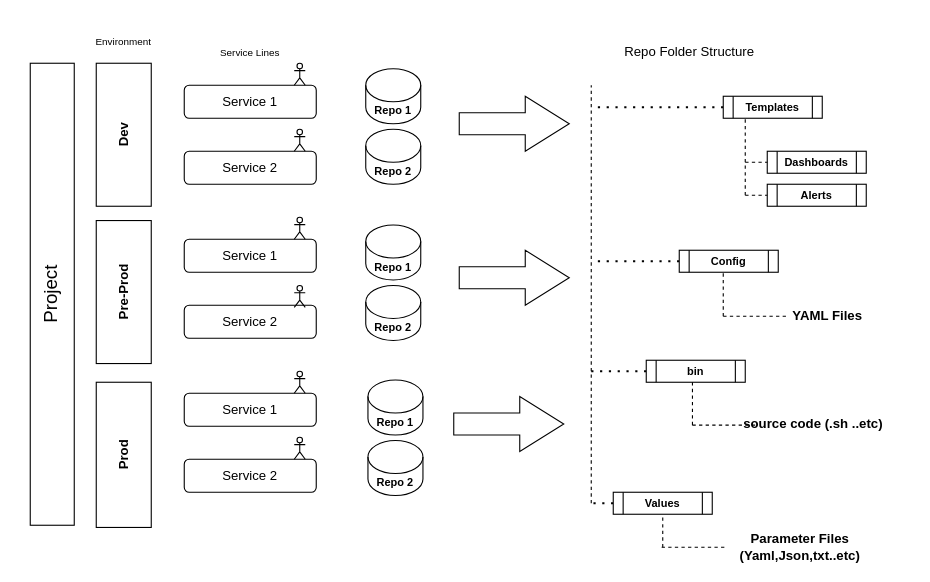
Earlier version of the draw.io diagram Repo_Design.drawio (Bhoopesh123/kubernetes). Source tidied: cells renumbered, new cells numbered last; positions are measured from the earlier drawing's top-left corner, leaving out a move shared by most shapes. Both pictures are drawn from the tidied source at 110%, with x=0, y=0 at pixel (30, 30).
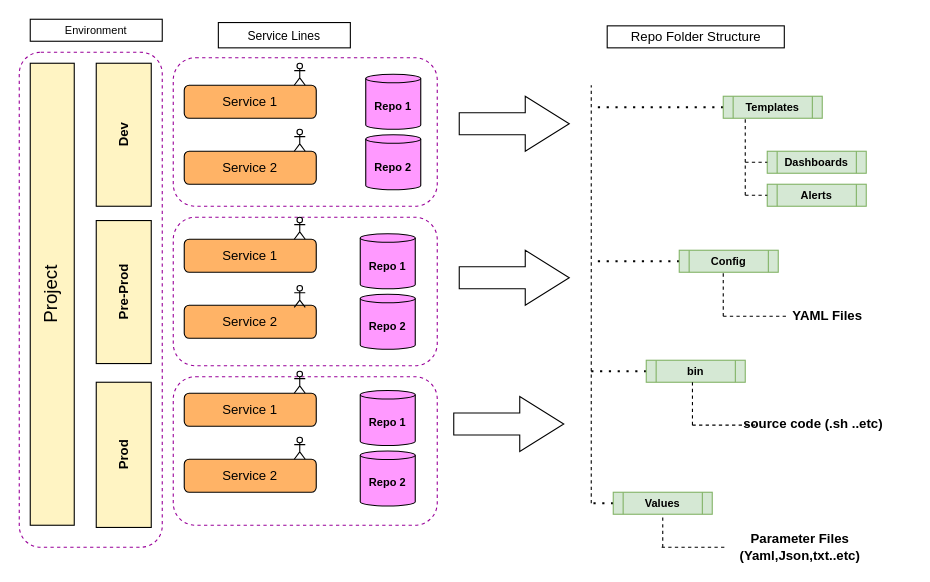
After the change.

Change to the diagram source:
```diff
@@
+    <mxCell id="53" style="rounded=1;whiteSpace=wrap;html=1;dashed=1;fontSize=12;strokeColor=#990099;" parent="1" vertex="1">
+      <mxGeometry x="130" y="315" width="240" height="135" as="geometry" />
+    </mxCell>
+    <mxCell id="54" style="rounded=1;whiteSpace=wrap;html=1;dashed=1;fontSize=12;strokeColor=#990099;" parent="1" vertex="1">
+      <mxGeometry x="130" y="170" width="240" height="135" as="geometry" />
+    </mxCell>
+    <mxCell id="55" style="rounded=1;whiteSpace=wrap;html=1;dashed=1;fontSize=12;strokeColor=#990099;" parent="1" vertex="1">
+      <mxGeometry x="130" y="25" width="240" height="135" as="geometry" />
+    </mxCell>
+    <mxCell id="56" style="rounded=1;whiteSpace=wrap;html=1;fontSize=12;dashed=1;strokeColor=#990099;" parent="1" vertex="1">
+      <mxGeometry x="-10" y="20" width="130" height="450" as="geometry" />
+    </mxCell>
-    <mxCell id="2" value="Project" style="rounded=0;whiteSpace=wrap;html=1;verticalAlign=middle;horizontal=0;fontSize=17;" parent="1" vertex="1">
+    <mxCell id="2" value="Project" style="rounded=0;whiteSpace=wrap;html=1;verticalAlign=middle;horizontal=0;fontSize=17;fillColor=#FFF4C3;" parent="1" vertex="1">
       <mxGeometry y="30" width="40" height="420" as="geometry" />
     </mxCell>
-    <mxCell id="3" value="&lt;b&gt;Dev&lt;/b&gt;" style="rounded=0;whiteSpace=wrap;html=1;fontSize=12;horizontal=0;verticalAlign=middle;" parent="1" vertex="1">
+    <mxCell id="3" value="&lt;b&gt;Dev&lt;/b&gt;" style="rounded=0;whiteSpace=wrap;html=1;fontSize=12;horizontal=0;verticalAlign=middle;fillColor=#FFF4C3;" parent="1" vertex="1">
       <mxGeometry x="60" y="30" width="50" height="130" as="geometry" />
     </mxCell>
-    <mxCell id="4" value="&lt;b&gt;Prod&lt;/b&gt;" style="rounded=0;whiteSpace=wrap;html=1;fontSize=12;horizontal=0;verticalAlign=middle;" parent="1" vertex="1">
+    <mxCell id="4" value="&lt;b&gt;Prod&lt;/b&gt;" style="rounded=0;whiteSpace=wrap;html=1;fontSize=12;horizontal=0;verticalAlign=middle;fillColor=#FFF4C3;" parent="1" vertex="1">
       <mxGeometry x="60" y="320" width="50" height="132" as="geometry" />
     </mxCell>
-    <mxCell id="5" value="&lt;b&gt;Pre-Prod&lt;/b&gt;" style="rounded=0;whiteSpace=wrap;html=1;fontSize=12;horizontal=0;verticalAlign=middle;" parent="1" vertex="1">
+    <mxCell id="5" value="&lt;b&gt;Pre-Prod&lt;/b&gt;" style="rounded=0;whiteSpace=wrap;html=1;fontSize=12;horizontal=0;verticalAlign=middle;fillColor=#FFF4C3;" parent="1" vertex="1">
       <mxGeometry x="60" y="173" width="50" height="130" as="geometry" />
     </mxCell>
-    <mxCell id="6" value="Service 1" style="rounded=1;whiteSpace=wrap;html=1;fontSize=12;" parent="1" vertex="1">
+    <mxCell id="6" value="Service 1" style="rounded=1;whiteSpace=wrap;html=1;fontSize=12;fillColor=#FFB366;" parent="1" vertex="1">
       <mxGeometry x="140" y="50" width="120" height="30" as="geometry" />
     </mxCell>
-    <mxCell id="7" value="Service 2" style="rounded=1;whiteSpace=wrap;html=1;fontSize=12;" parent="1" vertex="1">
+    <mxCell id="7" value="Service 2" style="rounded=1;whiteSpace=wrap;html=1;fontSize=12;fillColor=#FFB366;" parent="1" vertex="1">
       <mxGeometry x="140" y="110" width="120" height="30" as="geometry" />
     </mxCell>
-    <mxCell id="8" value="Service 1" style="rounded=1;whiteSpace=wrap;html=1;fontSize=12;" parent="1" vertex="1">
+    <mxCell id="8" value="Service 1" style="rounded=1;whiteSpace=wrap;html=1;fontSize=12;fillColor=#FFB366;" parent="1" vertex="1">
       <mxGeometry x="140" y="190" width="120" height="30" as="geometry" />
     </mxCell>
-    <mxCell id="9" value="Service 2" style="rounded=1;whiteSpace=wrap;html=1;fontSize=12;" parent="1" vertex="1">
+    <mxCell id="9" value="Service 2" style="rounded=1;whiteSpace=wrap;html=1;fontSize=12;fillColor=#FFB366;" parent="1" vertex="1">
       <mxGeometry x="140" y="250" width="120" height="30" as="geometry" />
     </mxCell>
-    <mxCell id="10" value="Service 1" style="rounded=1;whiteSpace=wrap;html=1;fontSize=12;" parent="1" vertex="1">
+    <mxCell id="10" value="Service 1" style="rounded=1;whiteSpace=wrap;html=1;fontSize=12;fillColor=#FFB366;" parent="1" vertex="1">
       <mxGeometry x="140" y="330" width="120" height="30" as="geometry" />
     </mxCell>
-    <mxCell id="11" value="Service 2" style="rounded=1;whiteSpace=wrap;html=1;fontSize=12;" parent="1" vertex="1">
+    <mxCell id="11" value="Service 2" style="rounded=1;whiteSpace=wrap;html=1;fontSize=12;fillColor=#FFB366;" parent="1" vertex="1">
       <mxGeometry x="140" y="390" width="120" height="30" as="geometry" />
     </mxCell>
-    <mxCell id="12" value="&lt;b&gt;&lt;font style=&quot;font-size: 10px&quot;&gt;Repo 1&lt;/font&gt;&lt;/b&gt;" style="shape=cylinder3;whiteSpace=wrap;html=1;boundedLbl=1;backgroundOutline=1;size=15;fontSize=12;" parent="1" vertex="1">
-      <mxGeometry x="305" y="35" width="50" height="50" as="geometry" />
+    <mxCell id="12" value="&lt;b&gt;&lt;font style=&quot;font-size: 10px&quot;&gt;Repo 1&lt;/font&gt;&lt;/b&gt;" style="shape=cylinder3;whiteSpace=wrap;html=1;boundedLbl=1;backgroundOutline=1;size=3.8958892822265625;fontSize=12;fillColor=#FF99FF;" parent="1" vertex="1">
+      <mxGeometry x="305" y="40" width="50" height="50" as="geometry" />
     </mxCell>
-    <mxCell id="13" value="Repo Folder Structure" style="text;html=1;strokeColor=none;fillColor=none;align=center;verticalAlign=middle;whiteSpace=wrap;rounded=0;fontSize=12;" parent="1" vertex="1">
-      <mxGeometry x="519" y="10" width="161" height="20" as="geometry" />
+    <mxCell id="13" value="Repo Folder Structure" style="text;html=1;fillColor=none;align=center;verticalAlign=middle;whiteSpace=wrap;rounded=0;fontSize=12;strokeColor=#000000;" parent="1" vertex="1">
+      <mxGeometry x="524.5" y="-4" width="161" height="20" as="geometry" />
     </mxCell>
-    <mxCell id="14" value="&lt;font style=&quot;font-size: 9px&quot;&gt;Environment&lt;/font&gt;" style="text;html=1;strokeColor=none;fillColor=none;align=center;verticalAlign=middle;whiteSpace=wrap;rounded=0;fontSize=12;" parent="1" vertex="1">
-      <mxGeometry x="25" width="120" height="20" as="geometry" />
+    <mxCell id="14" value="&lt;font style=&quot;font-size: 10px&quot;&gt;Environment&lt;/font&gt;" style="text;html=1;fillColor=none;align=center;verticalAlign=middle;whiteSpace=wrap;rounded=0;fontSize=12;strokeColor=#000000;" parent="1" vertex="1">
+      <mxGeometry y="-10" width="120" height="20" as="geometry" />
     </mxCell>
-    <mxCell id="15" value="&lt;font style=&quot;font-size: 9px&quot;&gt;Service Lines&lt;/font&gt;" style="text;html=1;strokeColor=none;fillColor=none;align=center;verticalAlign=middle;whiteSpace=wrap;rounded=0;fontSize=12;" parent="1" vertex="1">
-      <mxGeometry x="140" y="10" width="120" height="20" as="geometry" />
+    <mxCell id="15" value="&lt;font style=&quot;font-size: 11px&quot;&gt;Service Lines&lt;/font&gt;" style="text;html=1;fillColor=none;align=center;verticalAlign=middle;whiteSpace=wrap;rounded=0;fontSize=12;strokeColor=#000000;" parent="1" vertex="1">
+      <mxGeometry x="171" y="-7" width="120" height="23" as="geometry" />
     </mxCell>
@@
-    <mxCell id="19" value="&lt;font style=&quot;font-size: 10px&quot;&gt;&lt;b&gt;Templates&lt;/b&gt;&lt;/font&gt;" style="shape=process;whiteSpace=wrap;html=1;backgroundOutline=1;fontSize=12;" parent="1" vertex="1">
+    <mxCell id="19" value="&lt;font style=&quot;font-size: 10px&quot;&gt;&lt;b&gt;Templates&lt;/b&gt;&lt;/font&gt;" style="shape=process;whiteSpace=wrap;html=1;backgroundOutline=1;fontSize=12;fillColor=#d5e8d4;strokeColor=#82b366;" parent="1" vertex="1">
       <mxGeometry x="630" y="60" width="90" height="20" as="geometry" />
     </mxCell>
-    <mxCell id="20" value="&lt;font style=&quot;font-size: 10px&quot;&gt;&lt;b&gt;Config&lt;/b&gt;&lt;/font&gt;" style="shape=process;whiteSpace=wrap;html=1;backgroundOutline=1;fontSize=12;" parent="1" vertex="1">
+    <mxCell id="20" value="&lt;font style=&quot;font-size: 10px&quot;&gt;&lt;b&gt;Config&lt;/b&gt;&lt;/font&gt;" style="shape=process;whiteSpace=wrap;html=1;backgroundOutline=1;fontSize=12;fillColor=#d5e8d4;strokeColor=#82b366;" parent="1" vertex="1">
       <mxGeometry x="590" y="200" width="90" height="20" as="geometry" />
     </mxCell>
-    <mxCell id="21" value="&lt;b&gt;&lt;font style=&quot;font-size: 10px&quot;&gt;Repo 2&lt;/font&gt;&lt;/b&gt;" style="shape=cylinder3;whiteSpace=wrap;html=1;boundedLbl=1;backgroundOutline=1;size=15;fontSize=12;" parent="1" vertex="1">
-      <mxGeometry x="305" y="90" width="50" height="50" as="geometry" />
-    </mxCell>
-    <mxCell id="22" value="&lt;b&gt;&lt;font style=&quot;font-size: 10px&quot;&gt;Repo 1&lt;/font&gt;&lt;/b&gt;" style="shape=cylinder3;whiteSpace=wrap;html=1;boundedLbl=1;backgroundOutline=1;size=15;fontSize=12;" parent="1" vertex="1">
-      <mxGeometry x="305" y="177" width="50" height="50" as="geometry" />
-    </mxCell>
-    <mxCell id="23" value="&lt;b&gt;&lt;font style=&quot;font-size: 10px&quot;&gt;Repo 2&lt;/font&gt;&lt;/b&gt;" style="shape=cylinder3;whiteSpace=wrap;html=1;boundedLbl=1;backgroundOutline=1;size=15;fontSize=12;" parent="1" vertex="1">
-      <mxGeometry x="305" y="232" width="50" height="50" as="geometry" />
-    </mxCell>
-    <mxCell id="24" value="&lt;b&gt;&lt;font style=&quot;font-size: 10px&quot;&gt;Repo 1&lt;/font&gt;&lt;/b&gt;" style="shape=cylinder3;whiteSpace=wrap;html=1;boundedLbl=1;backgroundOutline=1;size=15;fontSize=12;" parent="1" vertex="1">
-      <mxGeometry x="307" y="318" width="50" height="50" as="geometry" />
-    </mxCell>
-    <mxCell id="25" value="&lt;b&gt;&lt;font style=&quot;font-size: 10px&quot;&gt;Repo 2&lt;/font&gt;&lt;/b&gt;" style="shape=cylinder3;whiteSpace=wrap;html=1;boundedLbl=1;backgroundOutline=1;size=15;fontSize=12;" parent="1" vertex="1">
-      <mxGeometry x="307" y="373" width="50" height="50" as="geometry" />
-    </mxCell>
@@
-    <mxCell id="27" value="&lt;span style=&quot;font-size: 10px&quot;&gt;&lt;b&gt;bin&lt;/b&gt;&lt;/span&gt;" style="shape=process;whiteSpace=wrap;html=1;backgroundOutline=1;fontSize=12;" parent="1" vertex="1">
+    <mxCell id="27" value="&lt;span style=&quot;font-size: 10px&quot;&gt;&lt;b&gt;bin&lt;/b&gt;&lt;/span&gt;" style="shape=process;whiteSpace=wrap;html=1;backgroundOutline=1;fontSize=12;fillColor=#d5e8d4;strokeColor=#82b366;" parent="1" vertex="1">
       <mxGeometry x="560" y="300" width="90" height="20" as="geometry" />
     </mxCell>
-    <mxCell id="28" value="&lt;font style=&quot;font-size: 10px&quot;&gt;&lt;b&gt;Dashboards&lt;/b&gt;&lt;/font&gt;" style="shape=process;whiteSpace=wrap;html=1;backgroundOutline=1;fontSize=12;" parent="1" vertex="1">
+    <mxCell id="28" value="&lt;font style=&quot;font-size: 10px&quot;&gt;&lt;b&gt;Dashboards&lt;/b&gt;&lt;/font&gt;" style="shape=process;whiteSpace=wrap;html=1;backgroundOutline=1;fontSize=12;fillColor=#d5e8d4;strokeColor=#82b366;" parent="1" vertex="1">
       <mxGeometry x="670" y="110" width="90" height="20" as="geometry" />
     </mxCell>
-    <mxCell id="29" value="&lt;font style=&quot;font-size: 10px&quot;&gt;&lt;b&gt;Alerts&lt;/b&gt;&lt;/font&gt;" style="shape=process;whiteSpace=wrap;html=1;backgroundOutline=1;fontSize=12;" parent="1" vertex="1">
+    <mxCell id="29" value="&lt;font style=&quot;font-size: 10px&quot;&gt;&lt;b&gt;Alerts&lt;/b&gt;&lt;/font&gt;" style="shape=process;whiteSpace=wrap;html=1;backgroundOutline=1;fontSize=12;fillColor=#d5e8d4;strokeColor=#82b366;" parent="1" vertex="1">
       <mxGeometry x="670" y="140" width="90" height="20" as="geometry" />
     </mxCell>
@@
-    <mxCell id="40" value="&lt;span style=&quot;font-size: 10px&quot;&gt;&lt;b&gt;Values&lt;/b&gt;&lt;/span&gt;" style="shape=process;whiteSpace=wrap;html=1;backgroundOutline=1;fontSize=12;" parent="1" vertex="1">
+    <mxCell id="40" value="&lt;span style=&quot;font-size: 10px&quot;&gt;&lt;b&gt;Values&lt;/b&gt;&lt;/span&gt;" style="shape=process;whiteSpace=wrap;html=1;backgroundOutline=1;fontSize=12;fillColor=#d5e8d4;strokeColor=#82b366;" parent="1" vertex="1">
       <mxGeometry x="530" y="420" width="90" height="20" as="geometry" />
     </mxCell>
@@
+    <mxCell id="57" value="&lt;b&gt;&lt;font style=&quot;font-size: 10px&quot;&gt;Repo 2&lt;/font&gt;&lt;/b&gt;" style="shape=cylinder3;whiteSpace=wrap;html=1;boundedLbl=1;backgroundOutline=1;size=3.8958892822265625;fontSize=12;fillColor=#FF99FF;" parent="1" vertex="1">
+      <mxGeometry x="305" y="95" width="50" height="50" as="geometry" />
+    </mxCell>
+    <mxCell id="58" value="&lt;b&gt;&lt;font style=&quot;font-size: 10px&quot;&gt;Repo 1&lt;/font&gt;&lt;/b&gt;" style="shape=cylinder3;whiteSpace=wrap;html=1;boundedLbl=1;backgroundOutline=1;size=3.8958892822265625;fontSize=12;fillColor=#FF99FF;" parent="1" vertex="1">
+      <mxGeometry x="300" y="185" width="50" height="50" as="geometry" />
+    </mxCell>
+    <mxCell id="59" value="&lt;b&gt;&lt;font style=&quot;font-size: 10px&quot;&gt;Repo 2&lt;/font&gt;&lt;/b&gt;" style="shape=cylinder3;whiteSpace=wrap;html=1;boundedLbl=1;backgroundOutline=1;size=3.8958892822265625;fontSize=12;fillColor=#FF99FF;" parent="1" vertex="1">
+      <mxGeometry x="300" y="240" width="50" height="50" as="geometry" />
+    </mxCell>
+    <mxCell id="60" value="&lt;b&gt;&lt;font style=&quot;font-size: 10px&quot;&gt;Repo 1&lt;/font&gt;&lt;/b&gt;" style="shape=cylinder3;whiteSpace=wrap;html=1;boundedLbl=1;backgroundOutline=1;size=3.8958892822265625;fontSize=12;fillColor=#FF99FF;" parent="1" vertex="1">
+      <mxGeometry x="300" y="327.5" width="50" height="50" as="geometry" />
+    </mxCell>
+    <mxCell id="61" value="&lt;b&gt;&lt;font style=&quot;font-size: 10px&quot;&gt;Repo 2&lt;/font&gt;&lt;/b&gt;" style="shape=cylinder3;whiteSpace=wrap;html=1;boundedLbl=1;backgroundOutline=1;size=3.8958892822265625;fontSize=12;fillColor=#FF99FF;" parent="1" vertex="1">
+      <mxGeometry x="300" y="382.5" width="50" height="50" as="geometry" />
+    </mxCell>
```
